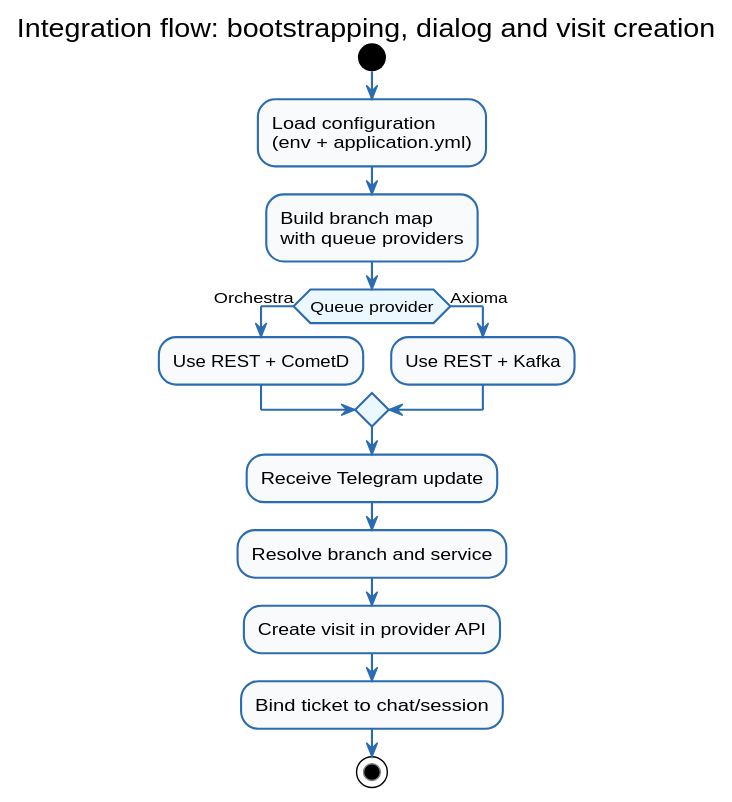
Above: docs/diagrams/integration-flow.svg in psokolov25/chatBotJava (PlantUML), before the change.
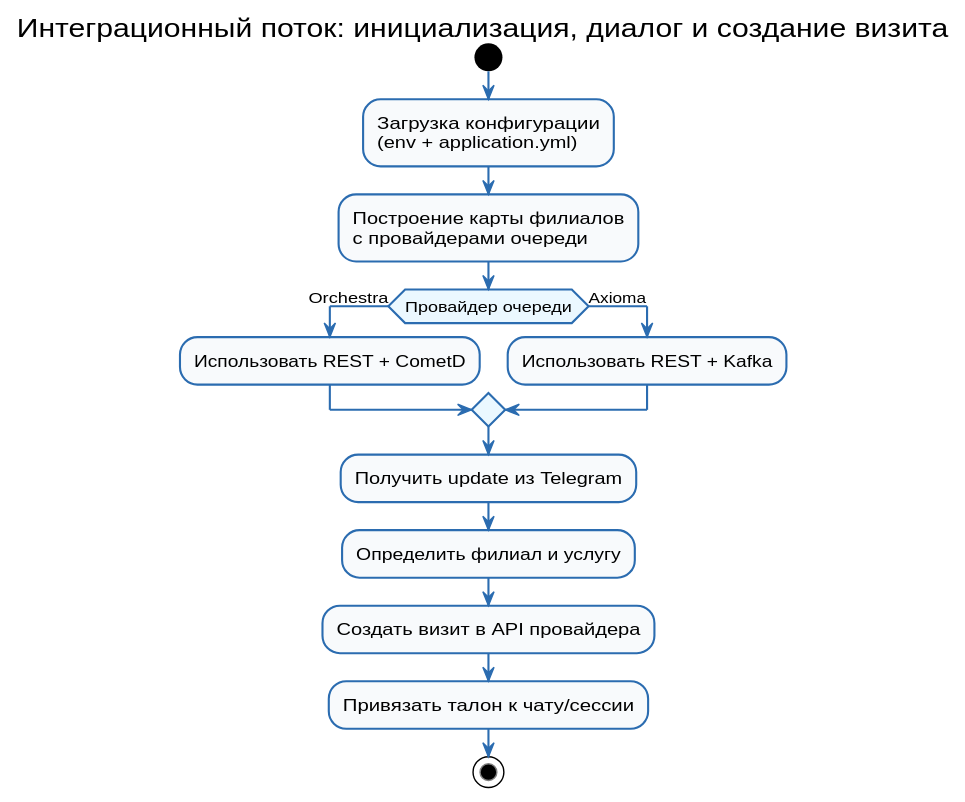
The same file after the commit.

Change to the diagram source:
```diff
@@ -1,5 +1,5 @@
 @startuml
-title Integration flow: bootstrapping, dialog and visit creation
+title Интеграционный поток: инициализация, диалог и создание визита
 skinparam backgroundColor #FFFFFF
 skinparam shadowing false
 skinparam roundcorner 14
@@ -12,16 +12,16 @@
 }
 
 start
-:Load configuration\n(env + application.yml);
-:Build branch map\nwith queue providers;
-if (Queue provider) then (Orchestra)
-  :Use REST + CometD;
+:Загрузка конфигурации\n(env + application.yml);
+:Построение карты филиалов\nс провайдерами очереди;
+if (Провайдер очереди) then (Orchestra)
+  :Использовать REST + CometD;
 else (Axioma)
-  :Use REST + Kafka;
+  :Использовать REST + Kafka;
 endif
-:Receive Telegram update;
-:Resolve branch and service;
-:Create visit in provider API;
-:Bind ticket to chat/session;
+:Получить update из Telegram;
+:Определить филиал и услугу;
+:Создать визит в API провайдера;
+:Привязать талон к чату/сессии;
 stop
 @enduml
```
